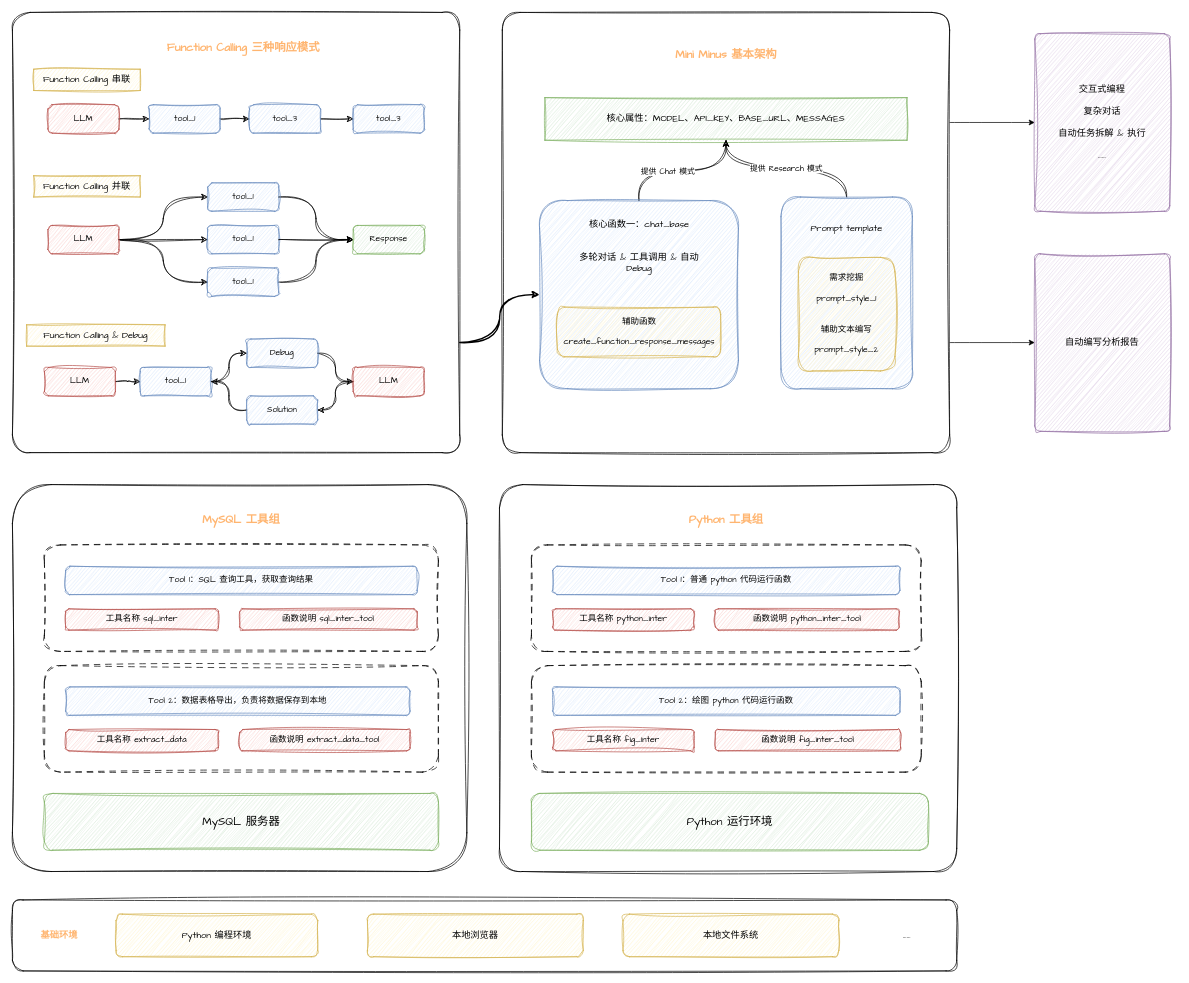
Before: ai/manus.drawio in thebesteric/draw.io, a draw.io diagram. Source tidied: cells renumbered, new cells numbered last; positions are measured from the earlier drawing's top-left corner, leaving out a move shared by most shapes. Both pictures are drawn from the tidied source at 71%, with x=0, y=0 at pixel (12, 12).
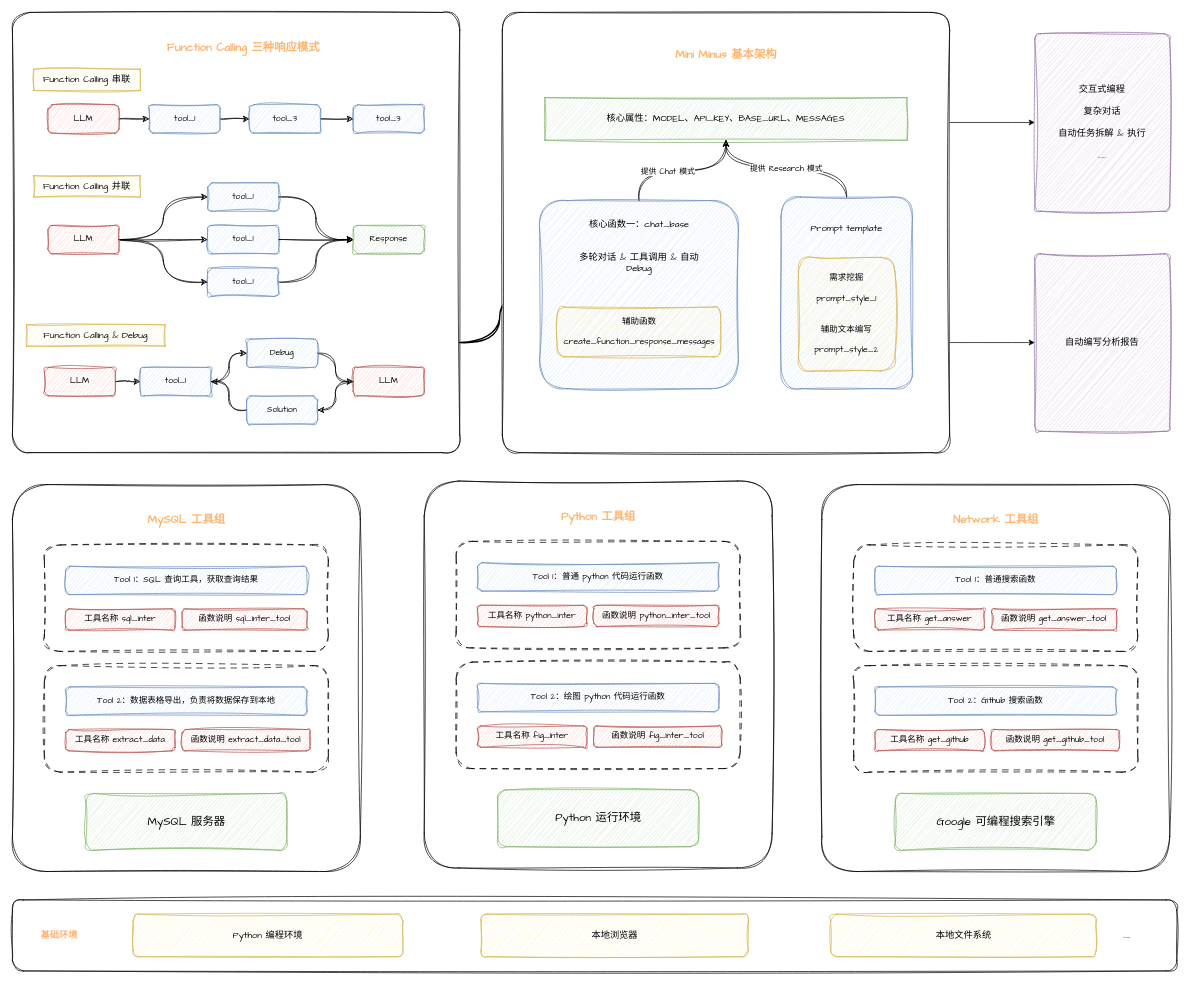
Above is the later version.

The change refers to these unchanged cells:
```xml
<mxCell id="11" style="rounded=1;whiteSpace=wrap;html=1;arcSize=4;fontFamily=Comic Sans MS;sketch=1;curveFitting=1;jiggle=2;" parent="10" vertex="1">
  <mxGeometry width="630" height="620" as="geometry" />
</mxCell>
<mxCell id="52" style="rounded=1;whiteSpace=wrap;html=1;sketch=1;curveFitting=1;jiggle=2;fontFamily=Comic Sans MS;fontSize=13;fillColor=#dae8fc;strokeColor=#6c8ebf;" parent="46" vertex="1">
  <mxGeometry x="52.5" y="265" width="280" height="265" as="geometry" />
</mxCell>
```

Diff of the diagram source:
```diff
@@
     <mxCell id="2" style="rounded=1;whiteSpace=wrap;html=1;sketch=1;curveFitting=1;jiggle=2;fontFamily=Comic Sans MS;fontSize=13;" parent="1" vertex="1">
-      <mxGeometry y="1250" width="1330" height="100" as="geometry" />
+      <mxGeometry y="1250" width="1640" height="100" as="geometry" />
     </mxCell>
     <mxCell id="3" value="Python 编程环境" style="rounded=1;whiteSpace=wrap;html=1;sketch=1;curveFitting=1;jiggle=2;fillColor=#fff2cc;strokeColor=#d6b656;fontFamily=Comic Sans MS;fontSize=13;" parent="1" vertex="1">
-      <mxGeometry x="146" y="1270" width="284" height="60" as="geometry" />
+      <mxGeometry x="170" y="1270" width="380" height="60" as="geometry" />
     </mxCell>
@@
     <mxCell id="5" value="本地浏览器" style="rounded=1;whiteSpace=wrap;html=1;sketch=1;curveFitting=1;jiggle=2;fillColor=#fff2cc;strokeColor=#d6b656;fontFamily=Comic Sans MS;fontSize=13;" parent="1" vertex="1">
-      <mxGeometry x="500" y="1270" width="304" height="60" as="geometry" />
+      <mxGeometry x="660" y="1270" width="376.5" height="60" as="geometry" />
     </mxCell>
     <mxCell id="6" value="本地文件系统" style="rounded=1;whiteSpace=wrap;html=1;sketch=1;curveFitting=1;jiggle=2;fillColor=#fff2cc;strokeColor=#d6b656;fontFamily=Comic Sans MS;fontSize=13;" parent="1" vertex="1">
-      <mxGeometry x="860" y="1270" width="304" height="60" as="geometry" />
+      <mxGeometry x="1152.5" y="1270" width="374" height="60" as="geometry" />
     </mxCell>
     <mxCell id="7" value="......" style="text;html=1;align=center;verticalAlign=middle;whiteSpace=wrap;rounded=0;sketch=1;curveFitting=1;jiggle=2;fontFamily=Comic Sans MS;fontSize=13;" parent="1" vertex="1">
-      <mxGeometry x="1230" y="1285" width="60" height="30" as="geometry" />
+      <mxGeometry x="1540" y="1285" width="60" height="30" as="geometry" />
     </mxCell>
@@
+    <mxCell id="83" style="edgeStyle=orthogonalEdgeStyle;rounded=0;jettySize=auto;html=1;exitX=1;exitY=0.75;exitDx=0;exitDy=0;entryX=0;entryY=0.5;entryDx=0;entryDy=0;curved=1;sketch=1;curveFitting=1;jiggle=2;strokeWidth=2;" parent="1" edge="1" source="11" target="52">
+      <mxGeometry relative="1" as="geometry" />
+    </mxCell>
@@
-    <mxCell id="59" style="group;" parent="1" vertex="1">
-      <mxGeometry y="665" width="640" height="545" as="geometry" />
-    </mxCell>
+    <mxCell id="72" style="rounded=1;whiteSpace=wrap;html=1;arcSize=10;fontFamily=Comic Sans MS;sketch=1;curveFitting=1;jiggle=2;" parent="1" vertex="1">
+      <mxGeometry x="580" y="660" width="490" height="545" as="geometry" />
+    </mxCell>
+    <mxCell id="73" value="Python 工具组" style="text;html=1;align=center;verticalAlign=middle;whiteSpace=wrap;rounded=0;fontSize=16;fontFamily=Comic Sans MS;fontColor=#FFB570;fontStyle=1;" parent="1" vertex="1">
+      <mxGeometry x="694.5" y="690" width="261" height="40" as="geometry" />
+    </mxCell>
+    <mxCell id="74" style="rounded=1;whiteSpace=wrap;html=1;sketch=1;curveFitting=1;jiggle=2;dashed=1;dashPattern=8 8;" parent="1" vertex="1">
+      <mxGeometry x="625" y="745" width="400" height="150" as="geometry" />
+    </mxCell>
+    <mxCell id="75" value="Tool 1：普通 python 代码运行函数" style="text;html=1;align=center;verticalAlign=middle;whiteSpace=wrap;rounded=1;fillColor=#dae8fc;strokeColor=#6c8ebf;sketch=1;curveFitting=1;jiggle=2;fontFamily=Comic Sans MS;" parent="1" vertex="1">
+      <mxGeometry x="655" y="775" width="340" height="40" as="geometry" />
+    </mxCell>
+    <mxCell id="76" value="工具名称 python_inter" style="text;html=1;align=center;verticalAlign=middle;whiteSpace=wrap;rounded=1;fillColor=#f8cecc;strokeColor=#b85450;sketch=1;curveFitting=1;jiggle=2;fontFamily=Comic Sans MS;" parent="1" vertex="1">
+      <mxGeometry x="655" y="835" width="154" height="30" as="geometry" />
+    </mxCell>
+    <mxCell id="77" value="函数说明 python_inter_tool" style="text;html=1;align=center;verticalAlign=middle;whiteSpace=wrap;rounded=1;fillColor=#f8cecc;strokeColor=#b85450;sketch=1;curveFitting=1;jiggle=2;fontFamily=Comic Sans MS;" parent="1" vertex="1">
+      <mxGeometry x="819" y="835" width="176" height="30" as="geometry" />
+    </mxCell>
+    <mxCell id="78" style="rounded=1;whiteSpace=wrap;html=1;sketch=1;curveFitting=1;jiggle=2;dashed=1;dashPattern=8 8;" parent="1" vertex="1">
+      <mxGeometry x="625" y="915" width="400" height="150" as="geometry" />
+    </mxCell>
+    <mxCell id="79" value="Tool 2：绘图 python 代码运行函数" style="text;html=1;align=center;verticalAlign=middle;whiteSpace=wrap;rounded=1;fillColor=#dae8fc;strokeColor=#6c8ebf;sketch=1;curveFitting=1;jiggle=2;fontFamily=Comic Sans MS;" parent="1" vertex="1">
+      <mxGeometry x="655" y="945" width="340" height="40" as="geometry" />
+    </mxCell>
+    <mxCell id="80" value="工具名称 fig_inter" style="text;html=1;align=center;verticalAlign=middle;whiteSpace=wrap;rounded=1;fillColor=#f8cecc;strokeColor=#b85450;sketch=1;curveFitting=1;jiggle=2;fontFamily=Comic Sans MS;" parent="1" vertex="1">
+      <mxGeometry x="655" y="1005" width="154" height="30" as="geometry" />
+    </mxCell>
+    <mxCell id="81" value="函数说明 fig_inter_tool" style="text;html=1;align=center;verticalAlign=middle;whiteSpace=wrap;rounded=1;fillColor=#f8cecc;strokeColor=#b85450;sketch=1;curveFitting=1;jiggle=2;fontFamily=Comic Sans MS;" parent="1" vertex="1">
+      <mxGeometry x="819" y="1005" width="180" height="30" as="geometry" />
+    </mxCell>
+    <mxCell id="82" value="&lt;font style=&quot;font-size: 16px;&quot;&gt;Python 运行环境&lt;/font&gt;" style="rounded=1;whiteSpace=wrap;html=1;sketch=1;curveFitting=1;jiggle=2;fillColor=#d5e8d4;strokeColor=#82b366;fontFamily=Comic Sans MS;" parent="1" vertex="1">
+      <mxGeometry x="683.5" y="1095" width="283" height="80" as="geometry" />
+    </mxCell>
+    <mxCell id="84" style="group;" parent="1" vertex="1">
+      <mxGeometry y="665" width="490" height="545" as="geometry" />
+    </mxCell>
-    <mxCell id="60" style="rounded=1;whiteSpace=wrap;html=1;arcSize=10;fontFamily=Comic Sans MS;sketch=1;curveFitting=1;jiggle=2;" parent="59" vertex="1">
-      <mxGeometry width="640" height="545" as="geometry" />
+    <mxCell id="60" style="rounded=1;whiteSpace=wrap;html=1;arcSize=10;fontFamily=Comic Sans MS;sketch=1;curveFitting=1;jiggle=2;" parent="84" vertex="1">
+      <mxGeometry width="490" height="545" as="geometry" />
     </mxCell>
-    <mxCell id="61" value="MySQL 工具组" style="text;html=1;align=center;verticalAlign=middle;whiteSpace=wrap;rounded=0;fontSize=16;fontFamily=Comic Sans MS;fontColor=#FFB570;fontStyle=1;" parent="59" vertex="1">
-      <mxGeometry x="192" y="30" width="261" height="40" as="geometry" />
+    <mxCell id="61" value="MySQL 工具组" style="text;html=1;align=center;verticalAlign=middle;whiteSpace=wrap;rounded=0;fontSize=16;fontFamily=Comic Sans MS;fontColor=#FFB570;fontStyle=1;" parent="84" vertex="1">
+      <mxGeometry x="114.5" y="30" width="261" height="40" as="geometry" />
     </mxCell>
-    <mxCell id="62" style="rounded=1;whiteSpace=wrap;html=1;sketch=1;curveFitting=1;jiggle=2;dashed=1;dashPattern=8 8;" parent="59" vertex="1">
-      <mxGeometry x="45" y="85" width="555" height="150" as="geometry" />
+    <mxCell id="62" style="rounded=1;whiteSpace=wrap;html=1;sketch=1;curveFitting=1;jiggle=2;dashed=1;dashPattern=8 8;" parent="84" vertex="1">
+      <mxGeometry x="45" y="85" width="400" height="150" as="geometry" />
     </mxCell>
-    <mxCell id="63" value="Tool 1：SQL 查询工具，获取查询结果" style="text;html=1;align=center;verticalAlign=middle;whiteSpace=wrap;rounded=1;fillColor=#dae8fc;strokeColor=#6c8ebf;sketch=1;curveFitting=1;jiggle=2;fontFamily=Comic Sans MS;" parent="59" vertex="1">
-      <mxGeometry x="75" y="115" width="495" height="40" as="geometry" />
+    <mxCell id="63" value="Tool 1：SQL 查询工具，获取查询结果" style="text;html=1;align=center;verticalAlign=middle;whiteSpace=wrap;rounded=1;fillColor=#dae8fc;strokeColor=#6c8ebf;sketch=1;curveFitting=1;jiggle=2;fontFamily=Comic Sans MS;" parent="84" vertex="1">
+      <mxGeometry x="75" y="115" width="340" height="40" as="geometry" />
     </mxCell>
-    <mxCell id="64" value="工具名称 sql_inter" style="text;html=1;align=center;verticalAlign=middle;whiteSpace=wrap;rounded=1;fillColor=#f8cecc;strokeColor=#b85450;sketch=1;curveFitting=1;jiggle=2;fontFamily=Comic Sans MS;" parent="59" vertex="1">
-      <mxGeometry x="75" y="175" width="215" height="30" as="geometry" />
+    <mxCell id="64" value="工具名称 sql_inter" style="text;html=1;align=center;verticalAlign=middle;whiteSpace=wrap;rounded=1;fillColor=#f8cecc;strokeColor=#b85450;sketch=1;curveFitting=1;jiggle=2;fontFamily=Comic Sans MS;" parent="84" vertex="1">
+      <mxGeometry x="75" y="175" width="154" height="30" as="geometry" />
     </mxCell>
-    <mxCell id="65" value="函数说明 sql_inter_tool" style="text;html=1;align=center;verticalAlign=middle;whiteSpace=wrap;rounded=1;fillColor=#f8cecc;strokeColor=#b85450;sketch=1;curveFitting=1;jiggle=2;fontFamily=Comic Sans MS;" parent="59" vertex="1">
-      <mxGeometry x="320" y="175" width="250" height="30" as="geometry" />
+    <mxCell id="65" value="函数说明 sql_inter_tool" style="text;html=1;align=center;verticalAlign=middle;whiteSpace=wrap;rounded=1;fillColor=#f8cecc;strokeColor=#b85450;sketch=1;curveFitting=1;jiggle=2;fontFamily=Comic Sans MS;" parent="84" vertex="1">
+      <mxGeometry x="239" y="175" width="176" height="30" as="geometry" />
     </mxCell>
-    <mxCell id="66" style="rounded=1;whiteSpace=wrap;html=1;sketch=1;curveFitting=1;jiggle=2;dashed=1;dashPattern=8 8;" parent="59" vertex="1">
-      <mxGeometry x="45" y="255" width="555" height="150" as="geometry" />
+    <mxCell id="66" style="rounded=1;whiteSpace=wrap;html=1;sketch=1;curveFitting=1;jiggle=2;dashed=1;dashPattern=8 8;" parent="84" vertex="1">
+      <mxGeometry x="45" y="255" width="400" height="150" as="geometry" />
     </mxCell>
-    <mxCell id="67" value="Tool 2：数据表格导出，负责将数据保存到本地" style="text;html=1;align=center;verticalAlign=middle;whiteSpace=wrap;rounded=1;fillColor=#dae8fc;strokeColor=#6c8ebf;sketch=1;curveFitting=1;jiggle=2;fontFamily=Comic Sans MS;" parent="59" vertex="1">
-      <mxGeometry x="75" y="285" width="485" height="40" as="geometry" />
+    <mxCell id="67" value="Tool 2：数据表格导出，负责将数据保存到本地" style="text;html=1;align=center;verticalAlign=middle;whiteSpace=wrap;rounded=1;fillColor=#dae8fc;strokeColor=#6c8ebf;sketch=1;curveFitting=1;jiggle=2;fontFamily=Comic Sans MS;" parent="84" vertex="1">
+      <mxGeometry x="75" y="285" width="340" height="40" as="geometry" />
     </mxCell>
-    <mxCell id="68" value="工具名称 extract_data" style="text;html=1;align=center;verticalAlign=middle;whiteSpace=wrap;rounded=1;fillColor=#f8cecc;strokeColor=#b85450;sketch=1;curveFitting=1;jiggle=2;fontFamily=Comic Sans MS;" parent="59" vertex="1">
-      <mxGeometry x="75" y="345" width="215" height="30" as="geometry" />
+    <mxCell id="68" value="工具名称 extract_data" style="text;html=1;align=center;verticalAlign=middle;whiteSpace=wrap;rounded=1;fillColor=#f8cecc;strokeColor=#b85450;sketch=1;curveFitting=1;jiggle=2;fontFamily=Comic Sans MS;" parent="84" vertex="1">
+      <mxGeometry x="75" y="345" width="154" height="30" as="geometry" />
     </mxCell>
-    <mxCell id="69" value="函数说明 extract_data_tool" style="text;html=1;align=center;verticalAlign=middle;whiteSpace=wrap;rounded=1;fillColor=#f8cecc;strokeColor=#b85450;sketch=1;curveFitting=1;jiggle=2;fontFamily=Comic Sans MS;" parent="59" vertex="1">
-      <mxGeometry x="320" y="345" width="240" height="30" as="geometry" />
+    <mxCell id="69" value="函数说明 extract_data_tool" style="text;html=1;align=center;verticalAlign=middle;whiteSpace=wrap;rounded=1;fillColor=#f8cecc;strokeColor=#b85450;sketch=1;curveFitting=1;jiggle=2;fontFamily=Comic Sans MS;" parent="84" vertex="1">
+      <mxGeometry x="239" y="345" width="180" height="30" as="geometry" />
     </mxCell>
-    <mxCell id="70" value="&lt;font style=&quot;font-size: 16px;&quot;&gt;MySQL 服务器&lt;/font&gt;" style="rounded=1;whiteSpace=wrap;html=1;sketch=1;curveFitting=1;jiggle=2;fillColor=#d5e8d4;strokeColor=#82b366;fontFamily=Comic Sans MS;" parent="59" vertex="1">
-      <mxGeometry x="45" y="435" width="555" height="80" as="geometry" />
+    <mxCell id="70" value="&lt;font style=&quot;font-size: 16px;&quot;&gt;MySQL 服务器&lt;/font&gt;" style="rounded=1;whiteSpace=wrap;html=1;sketch=1;curveFitting=1;jiggle=2;fillColor=#d5e8d4;strokeColor=#82b366;fontFamily=Comic Sans MS;" parent="84" vertex="1">
+      <mxGeometry x="103.5" y="435" width="283" height="80" as="geometry" />
     </mxCell>
-    <mxCell id="71" style="group;" parent="1" vertex="1">
-      <mxGeometry x="686" y="665" width="644" height="545" as="geometry" />
-    </mxCell>
-    <mxCell id="72" style="rounded=1;whiteSpace=wrap;html=1;arcSize=6;fontFamily=Comic Sans MS;sketch=1;curveFitting=1;jiggle=2;" parent="71" vertex="1">
-      <mxGeometry width="644" height="545" as="geometry" />
-    </mxCell>
-    <mxCell id="73" value="Python 工具组" style="text;html=1;align=center;verticalAlign=middle;whiteSpace=wrap;rounded=0;fontSize=16;fontFamily=Comic Sans MS;fontColor=#FFB570;fontStyle=1;" parent="71" vertex="1">
-      <mxGeometry x="188.5" y="30" width="261" height="40" as="geometry" />
-    </mxCell>
-    <mxCell id="74" style="rounded=1;whiteSpace=wrap;html=1;sketch=1;curveFitting=1;jiggle=2;dashed=1;dashPattern=8 8;" parent="71" vertex="1">
-      <mxGeometry x="45" y="85" width="549" height="150" as="geometry" />
-    </mxCell>
-    <mxCell id="75" value="Tool 1：普通 python 代码运行函数" style="text;html=1;align=center;verticalAlign=middle;whiteSpace=wrap;rounded=1;fillColor=#dae8fc;strokeColor=#6c8ebf;sketch=1;curveFitting=1;jiggle=2;fontFamily=Comic Sans MS;" parent="71" vertex="1">
-      <mxGeometry x="75" y="115" width="489" height="40" as="geometry" />
-    </mxCell>
-    <mxCell id="76" value="工具名称 python_inter" style="text;html=1;align=center;verticalAlign=middle;whiteSpace=wrap;rounded=1;fillColor=#f8cecc;strokeColor=#b85450;sketch=1;curveFitting=1;jiggle=2;fontFamily=Comic Sans MS;" parent="71" vertex="1">
-      <mxGeometry x="75" y="175" width="199" height="30" as="geometry" />
-    </mxCell>
-    <mxCell id="77" value="函数说明 python_inter_tool" style="text;html=1;align=center;verticalAlign=middle;whiteSpace=wrap;rounded=1;fillColor=#f8cecc;strokeColor=#b85450;sketch=1;curveFitting=1;jiggle=2;fontFamily=Comic Sans MS;" parent="71" vertex="1">
-      <mxGeometry x="304" y="175" width="259" height="30" as="geometry" />
-    </mxCell>
-    <mxCell id="78" style="rounded=1;whiteSpace=wrap;html=1;sketch=1;curveFitting=1;jiggle=2;dashed=1;dashPattern=8 8;" parent="71" vertex="1">
-      <mxGeometry x="45" y="255" width="549" height="150" as="geometry" />
-    </mxCell>
-    <mxCell id="79" value="Tool 2：绘图 python 代码运行函数" style="text;html=1;align=center;verticalAlign=middle;whiteSpace=wrap;rounded=1;fillColor=#dae8fc;strokeColor=#6c8ebf;sketch=1;curveFitting=1;jiggle=2;fontFamily=Comic Sans MS;" parent="71" vertex="1">
-      <mxGeometry x="75" y="285" width="489" height="40" as="geometry" />
-    </mxCell>
-    <mxCell id="80" value="工具名称 fig_inter" style="text;html=1;align=center;verticalAlign=middle;whiteSpace=wrap;rounded=1;fillColor=#f8cecc;strokeColor=#b85450;sketch=1;curveFitting=1;jiggle=2;fontFamily=Comic Sans MS;" parent="71" vertex="1">
-      <mxGeometry x="75" y="345" width="199" height="30" as="geometry" />
-    </mxCell>
-    <mxCell id="81" value="函数说明 fig_inter_tool" style="text;html=1;align=center;verticalAlign=middle;whiteSpace=wrap;rounded=1;fillColor=#f8cecc;strokeColor=#b85450;sketch=1;curveFitting=1;jiggle=2;fontFamily=Comic Sans MS;" parent="71" vertex="1">
-      <mxGeometry x="304" y="345" width="261" height="30" as="geometry" />
-    </mxCell>
-    <mxCell id="82" value="&lt;font style=&quot;font-size: 16px;&quot;&gt;Python 运行环境&lt;/font&gt;" style="rounded=1;whiteSpace=wrap;html=1;sketch=1;curveFitting=1;jiggle=2;fillColor=#d5e8d4;strokeColor=#82b366;fontFamily=Comic Sans MS;" parent="71" vertex="1">
-      <mxGeometry x="45" y="435" width="559" height="80" as="geometry" />
-    </mxCell>
-    <mxCell id="83" style="edgeStyle=orthogonalEdgeStyle;rounded=0;jettySize=auto;html=1;exitX=1;exitY=0.75;exitDx=0;exitDy=0;entryX=0;entryY=0.5;entryDx=0;entryDy=0;curved=1;sketch=1;curveFitting=1;jiggle=2;strokeWidth=2;" parent="1" edge="1" source="11" target="52">
-      <mxGeometry relative="1" as="geometry" />
-    </mxCell>
+    <mxCell id="85" style="rounded=1;whiteSpace=wrap;html=1;arcSize=10;fontFamily=Comic Sans MS;sketch=1;curveFitting=1;jiggle=2;" parent="1" vertex="1">
+      <mxGeometry x="1140" y="665" width="490" height="545" as="geometry" />
+    </mxCell>
+    <mxCell id="86" value="Network 工具组" style="text;html=1;align=center;verticalAlign=middle;whiteSpace=wrap;rounded=0;fontSize=16;fontFamily=Comic Sans MS;fontColor=#FFB570;fontStyle=1;" parent="1" vertex="1">
+      <mxGeometry x="1254.5" y="695" width="261" height="40" as="geometry" />
+    </mxCell>
+    <mxCell id="87" style="rounded=1;whiteSpace=wrap;html=1;sketch=1;curveFitting=1;jiggle=2;dashed=1;dashPattern=8 8;" parent="1" vertex="1">
+      <mxGeometry x="1185" y="750" width="400" height="150" as="geometry" />
+    </mxCell>
+    <mxCell id="88" value="Tool 1：普通搜索函数" style="text;html=1;align=center;verticalAlign=middle;whiteSpace=wrap;rounded=1;fillColor=#dae8fc;strokeColor=#6c8ebf;sketch=1;curveFitting=1;jiggle=2;fontFamily=Comic Sans MS;" parent="1" vertex="1">
+      <mxGeometry x="1215" y="780" width="340" height="40" as="geometry" />
+    </mxCell>
+    <mxCell id="89" value="工具名称 get_answer" style="text;html=1;align=center;verticalAlign=middle;whiteSpace=wrap;rounded=1;fillColor=#f8cecc;strokeColor=#b85450;sketch=1;curveFitting=1;jiggle=2;fontFamily=Comic Sans MS;" parent="1" vertex="1">
+      <mxGeometry x="1215" y="840" width="154" height="30" as="geometry" />
+    </mxCell>
+    <mxCell id="90" value="函数说明 get_answer_tool" style="text;html=1;align=center;verticalAlign=middle;whiteSpace=wrap;rounded=1;fillColor=#f8cecc;strokeColor=#b85450;sketch=1;curveFitting=1;jiggle=2;fontFamily=Comic Sans MS;" parent="1" vertex="1">
+      <mxGeometry x="1379" y="840" width="176" height="30" as="geometry" />
+    </mxCell>
+    <mxCell id="91" style="rounded=1;whiteSpace=wrap;html=1;sketch=1;curveFitting=1;jiggle=2;dashed=1;dashPattern=8 8;" parent="1" vertex="1">
+      <mxGeometry x="1185" y="920" width="400" height="150" as="geometry" />
+    </mxCell>
+    <mxCell id="92" value="Tool 2：Github 搜索函数" style="text;html=1;align=center;verticalAlign=middle;whiteSpace=wrap;rounded=1;fillColor=#dae8fc;strokeColor=#6c8ebf;sketch=1;curveFitting=1;jiggle=2;fontFamily=Comic Sans MS;" parent="1" vertex="1">
+      <mxGeometry x="1215" y="950" width="340" height="40" as="geometry" />
+    </mxCell>
+    <mxCell id="93" value="工具名称 get_github" style="text;html=1;align=center;verticalAlign=middle;whiteSpace=wrap;rounded=1;fillColor=#f8cecc;strokeColor=#b85450;sketch=1;curveFitting=1;jiggle=2;fontFamily=Comic Sans MS;" parent="1" vertex="1">
+      <mxGeometry x="1215" y="1010" width="154" height="30" as="geometry" />
+    </mxCell>
+    <mxCell id="94" value="函数说明 get_github_tool" style="text;html=1;align=center;verticalAlign=middle;whiteSpace=wrap;rounded=1;fillColor=#f8cecc;strokeColor=#b85450;sketch=1;curveFitting=1;jiggle=2;fontFamily=Comic Sans MS;" parent="1" vertex="1">
+      <mxGeometry x="1379" y="1010" width="180" height="30" as="geometry" />
+    </mxCell>
+    <mxCell id="95" value="&lt;font size=&quot;3&quot;&gt;Google 可编程搜索引擎&lt;/font&gt;" style="rounded=1;whiteSpace=wrap;html=1;sketch=1;curveFitting=1;jiggle=2;fillColor=#d5e8d4;strokeColor=#82b366;fontFamily=Comic Sans MS;" parent="1" vertex="1">
+      <mxGeometry x="1243.5" y="1100" width="283" height="80" as="geometry" />
+    </mxCell>
```
